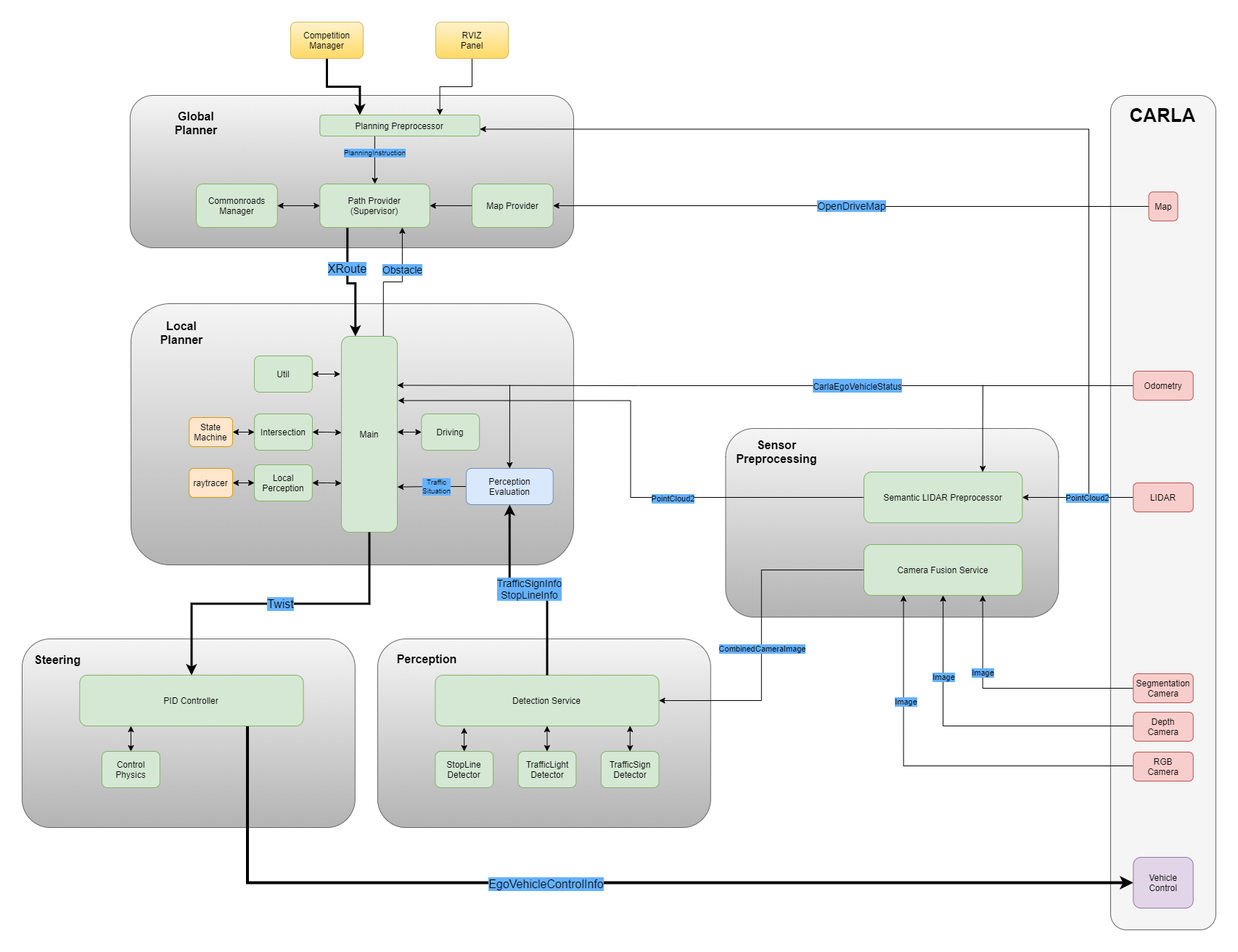
Earlier version of the draw.io export docs/modules_diagram.png (ll7/psaf1). Source tidied: cells renumbered, new cells last; positions are measured from the earlier drawing's top-left corner, leaving out a move shared by most shapes.
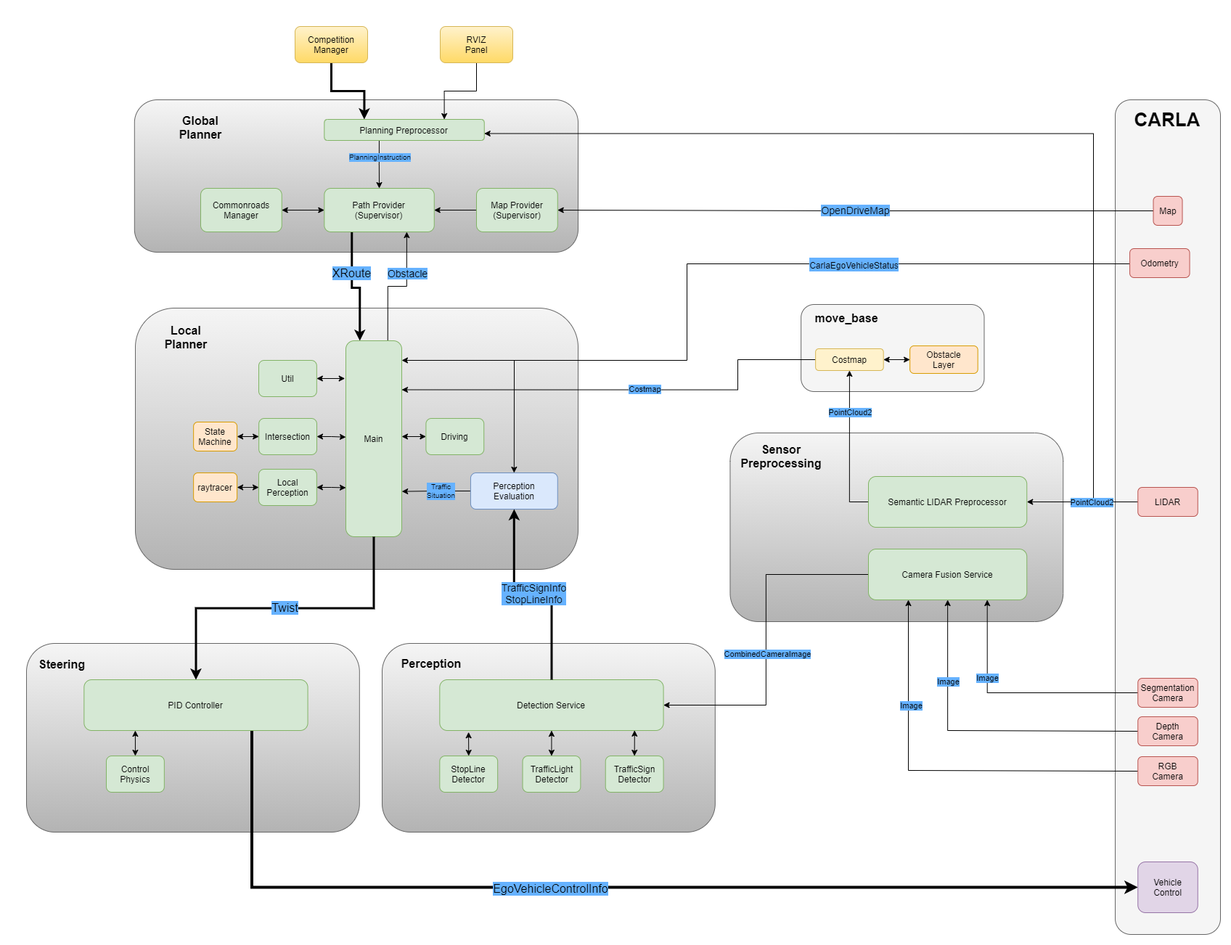
The same diagram one commit later.

What changed in the source:
```diff
@@ -2,6 +2,9 @@
   <root>
     <mxCell id="0" />
     <mxCell id="1" parent="0" />
+    <mxCell id="88" style="rounded=1;whiteSpace=wrap;html=1;fontSize=12;glass=0;strokeWidth=1;shadow=0;align=left;strokeColor=#666666;fillColor=#f5f5f5;fontColor=#333333;" parent="1" vertex="1">
+      <mxGeometry x="1067.1" y="383" width="252.3" height="120" as="geometry" />
+    </mxCell>
     <mxCell id="2" style="rounded=1;whiteSpace=wrap;html=1;fontSize=12;glass=0;strokeWidth=1;shadow=0;align=left;strokeColor=#666666;fillColor=#f5f5f5;gradientColor=#b3b3b3;" parent="1" vertex="1">
       <mxGeometry x="969.5" y="560" width="458.8" height="260" as="geometry" />
     </mxCell>
@@ -91,7 +94,7 @@
     <mxCell id="28" style="edgeStyle=orthogonalEdgeStyle;rounded=0;jettySize=auto;html=1;exitX=0;exitY=0.5;exitDx=0;exitDy=0;entryX=1;entryY=0.5;entryDx=0;entryDy=0;fontSize=14;" parent="1" edge="1" source="29" target="30">
       <mxGeometry x="159" y="121" as="geometry" />
     </mxCell>
-    <mxCell id="29" value="Map Provider" style="rounded=1;whiteSpace=wrap;html=1;fillColor=#d5e8d4;strokeColor=#82b366;" parent="1" vertex="1">
+    <mxCell id="29" value="Map Provider&lt;br&gt;(Supervisor)" style="rounded=1;whiteSpace=wrap;html=1;fillColor=#d5e8d4;strokeColor=#82b366;" parent="1" vertex="1">
       <mxGeometry x="620" y="223" width="111.8" height="60" as="geometry" />
     </mxCell>
     <mxCell id="30" value="Path Provider&lt;br&gt;(Supervisor)" style="rounded=1;whiteSpace=wrap;html=1;fillColor=#d5e8d4;strokeColor=#82b366;" parent="1" vertex="1">
@@ -144,16 +147,19 @@
     <mxCell id="43" value="Util" style="rounded=1;whiteSpace=wrap;html=1;fillColor=#d5e8d4;strokeColor=#82b366;" parent="1" vertex="1">
       <mxGeometry x="320" y="460" width="79.8" height="50" as="geometry" />
     </mxCell>
-    <mxCell id="44" style="edgeStyle=orthogonalEdgeStyle;rounded=0;jettySize=auto;html=1;exitX=0;exitY=0.5;exitDx=0;exitDy=0;entryX=1;entryY=0.25;entryDx=0;entryDy=0;labelBackgroundColor=#66B2FF;startArrow=none;startFill=0;fontSize=14;" parent="1" edge="1" source="72" target="33">
+    <mxCell id="44" style="edgeStyle=orthogonalEdgeStyle;rounded=0;orthogonalLoop=1;jettySize=auto;html=1;exitX=0;exitY=0.5;exitDx=0;exitDy=0;labelBackgroundColor=#66B2FF;startArrow=none;startFill=0;fontSize=14;" parent="1" edge="1">
       <mxGeometry relative="1" as="geometry">
+        <mxPoint x="1520.1" y="327" as="sourcePoint" />
+        <mxPoint x="517" y="460" as="targetPoint" />
         <Array as="points">
-          <mxPoint x="850" y="500" />
+          <mxPoint x="910" y="327" />
+          <mxPoint x="910" y="460" />
         </Array>
       </mxGeometry>
     </mxCell>
     <mxCell id="45" value="&lt;span style=&quot;font-size: 12px;&quot;&gt;CarlaEgoVehicleStatus&lt;/span&gt;" style="edgeLabel;html=1;align=center;verticalAlign=middle;fontSize=16;labelBackgroundColor=#66B2FF;" parent="44" vertex="1">
       <mxGeometry x="-0.07" y="-1" relative="1" as="geometry">
-        <mxPoint x="91.1" y="0.9" as="offset" />
+        <mxPoint x="148.3" y="1" as="offset" />
       </mxGeometry>
     </mxCell>
     <mxCell id="46" style="edgeStyle=orthogonalEdgeStyle;rounded=0;jettySize=auto;html=1;exitX=0;exitY=0.5;exitDx=0;exitDy=0;entryX=1.003;entryY=0.769;entryDx=0;entryDy=0;entryPerimeter=0;labelBackgroundColor=#66B2FF;startArrow=none;startFill=0;fontSize=14;" parent="1" edge="1" source="48" target="33">
@@ -173,7 +179,7 @@
     </mxCell>
     <mxCell id="51" style="endArrow=classic;html=1;labelBackgroundColor=#66B2FF;fontSize=10;entryX=0.5;entryY=0;entryDx=0;entryDy=0;" parent="1" edge="1" target="48">
       <mxGeometry relative="1" as="geometry">
-        <mxPoint x="672" y="500" as="sourcePoint" />
+        <mxPoint x="672" y="460" as="sourcePoint" />
       </mxGeometry>
     </mxCell>
     <mxCell id="52" style="edgeStyle=orthogonalEdgeStyle;rounded=0;jettySize=auto;html=1;exitX=0.5;exitY=0;exitDx=0;exitDy=0;entryX=0.5;entryY=1;entryDx=0;entryDy=0;labelBackgroundColor=#66B2FF;startArrow=none;startFill=0;fontSize=16;strokeWidth=3;" parent="1" edge="1" source="7" target="48">
@@ -254,7 +260,7 @@
       <mxGeometry x="1542.4" y="111" width="60.1" height="36" as="geometry" />
     </mxCell>
     <mxCell id="72" value="Odometry" style="rounded=1;whiteSpace=wrap;html=1;fillColor=#f8cecc;strokeColor=#b85450;" parent="1" vertex="1">
-      <mxGeometry x="1531.2" y="481" width="82.5" height="40" as="geometry" />
+      <mxGeometry x="1520.1" y="306" width="82.5" height="40" as="geometry" />
     </mxCell>
     <mxCell id="73" value="Segmentation&lt;br&gt;Camera" style="rounded=1;whiteSpace=wrap;html=1;fillColor=#f8cecc;strokeColor=#b85450;" parent="1" vertex="1">
       <mxGeometry x="1531.2" y="898" width="82.5" height="40" as="geometry" />
@@ -268,11 +274,13 @@
     <mxCell id="76" value="Vehicle&lt;br&gt;Control" style="rounded=1;whiteSpace=wrap;html=1;fillColor=#e1d5e7;strokeColor=#9673a6;" parent="1" vertex="1">
       <mxGeometry x="1531.2" y="1151" width="82.5" height="70" as="geometry" />
     </mxCell>
-    <mxCell id="77" style="edgeStyle=orthogonalEdgeStyle;rounded=0;jettySize=auto;html=1;exitX=0;exitY=0.5;exitDx=0;exitDy=0;entryX=1.013;entryY=0.328;entryDx=0;entryDy=0;entryPerimeter=0;" parent="1" edge="1" source="84" target="33">
+    <mxCell id="77" style="edgeStyle=orthogonalEdgeStyle;rounded=0;jettySize=auto;html=1;exitX=0;exitY=0.5;exitDx=0;exitDy=0;entryX=0.5;entryY=1;entryDx=0;entryDy=0;" parent="1" edge="1" source="84" target="92">
       <mxGeometry relative="1" as="geometry" />
     </mxCell>
     <mxCell id="78" value="PointCloud2" style="edgeLabel;html=1;align=center;verticalAlign=middle;labelBackgroundColor=#66B2FF;" parent="77" vertex="1">
-      <mxGeometry x="-0.32" y="1" relative="1" as="geometry" />
+      <mxGeometry x="-0.32" y="1" relative="1" as="geometry">
+        <mxPoint x="1" y="-80.2" as="offset" />
+      </mxGeometry>
     </mxCell>
     <mxCell id="79" value="Sensor&lt;br&gt;Preprocessing" style="text;html=1;strokeColor=none;fillColor=none;align=center;verticalAlign=middle;whiteSpace=wrap;rounded=0;fontSize=16;fontStyle=1;" parent="1" vertex="1">
       <mxGeometry x="1010" y="574" width="60" height="36" as="geometry" />
@@ -286,11 +294,6 @@
     <mxCell id="82" value="Camera Fusion Service" style="rounded=1;whiteSpace=wrap;html=1;fillColor=#d5e8d4;strokeColor=#82b366;" parent="1" vertex="1">
       <mxGeometry x="1160" y="720" width="218.2" height="70" as="geometry" />
     </mxCell>
-    <mxCell id="83" style="edgeStyle=orthogonalEdgeStyle;rounded=0;jettySize=auto;html=1;exitX=0.75;exitY=0;exitDx=0;exitDy=0;startArrow=classic;startFill=1;endArrow=none;endFill=0;" parent="1" edge="1" source="84">
-      <mxGeometry relative="1" as="geometry">
-        <mxPoint x="1324" y="500" as="targetPoint" />
-      </mxGeometry>
-    </mxCell>
     <mxCell id="84" value="Semantic LIDAR Preprocessor" style="rounded=1;whiteSpace=wrap;html=1;fillColor=#d5e8d4;strokeColor=#82b366;" parent="1" vertex="1">
       <mxGeometry x="1160" y="620" width="218.2" height="70" as="geometry" />
     </mxCell>
@@ -303,5 +306,28 @@
     <mxCell id="87" value="LIDAR" style="rounded=1;whiteSpace=wrap;html=1;fillColor=#f8cecc;strokeColor=#b85450;" parent="1" vertex="1">
       <mxGeometry x="1531.2" y="635" width="82.5" height="40" as="geometry" />
     </mxCell>
+    <mxCell id="89" value="move_base" style="text;html=1;strokeColor=none;fillColor=none;align=center;verticalAlign=middle;whiteSpace=wrap;rounded=0;fontSize=16;fontStyle=1;" parent="1" vertex="1">
+      <mxGeometry x="1100" y="384" width="60" height="36" as="geometry" />
+    </mxCell>
+    <mxCell id="90" style="edgeStyle=orthogonalEdgeStyle;rounded=0;jettySize=auto;html=1;exitX=0;exitY=0.5;exitDx=0;exitDy=0;entryX=1;entryY=0.25;entryDx=0;entryDy=0;startArrow=none;startFill=0;" parent="1" edge="1" source="92" target="33">
+      <mxGeometry relative="1" as="geometry">
+        <Array as="points">
+          <mxPoint x="980" y="459" />
+          <mxPoint x="980" y="501" />
+        </Array>
+      </mxGeometry>
+    </mxCell>
+    <mxCell id="91" value="Costmap" style="edgeLabel;html=1;align=center;verticalAlign=middle;labelBackgroundColor=#66B2FF;" parent="90" vertex="1">
+      <mxGeometry x="-0.09" y="-1" relative="1" as="geometry" />
+    </mxCell>
+    <mxCell id="92" value="Costmap" style="rounded=1;whiteSpace=wrap;html=1;fillColor=#fff2cc;strokeColor=#d6b656;" parent="1" vertex="1">
+      <mxGeometry x="1087.1" y="444" width="93.5" height="30" as="geometry" />
+    </mxCell>
+    <mxCell id="93" style="edgeStyle=orthogonalEdgeStyle;rounded=0;jettySize=auto;html=1;exitX=0;exitY=0.5;exitDx=0;exitDy=0;entryX=1;entryY=0.5;entryDx=0;entryDy=0;startArrow=classic;startFill=1;" parent="1" edge="1" source="94" target="92">
+      <mxGeometry relative="1" as="geometry" />
+    </mxCell>
+    <mxCell id="94" value="Obstacle&lt;br&gt;Layer" style="rounded=1;whiteSpace=wrap;html=1;fillColor=#ffe6cc;strokeColor=#d79b00;" parent="1" vertex="1">
+      <mxGeometry x="1217.1" y="440" width="93.5" height="38" as="geometry" />
+    </mxCell>
   </root>
 </mxGraphModel>
```
